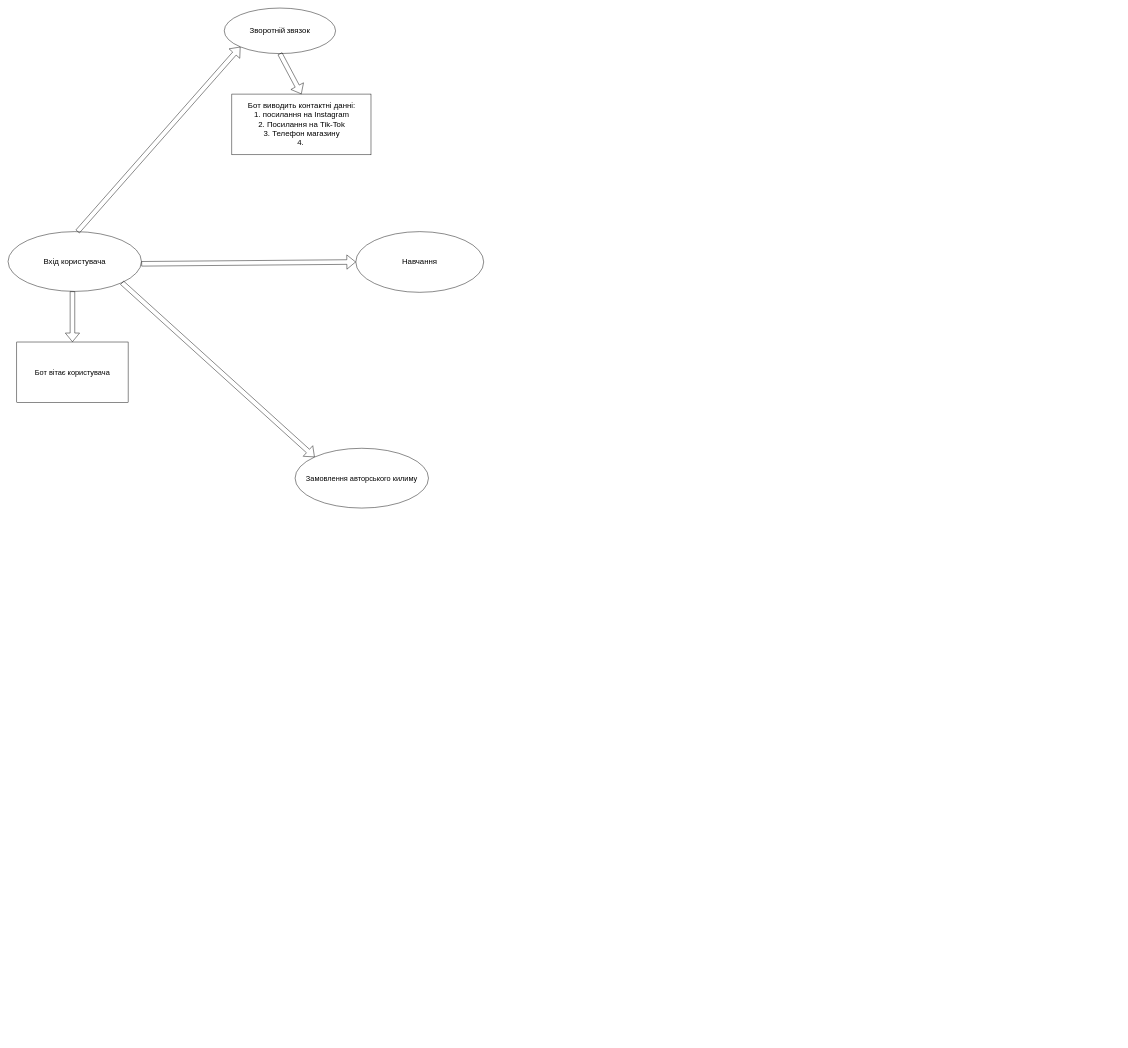
Before: Диаграмма без названия.drawio in 4reedman/project_daigram, a draw.io diagram. Source tidied: cells renumbered, new cells numbered last; positions are measured from the earlier drawing's top-left corner, leaving out a move shared by most shapes. Both pictures are drawn from the tidied source at 46%, with x=0, y=0 at pixel (8, 8).
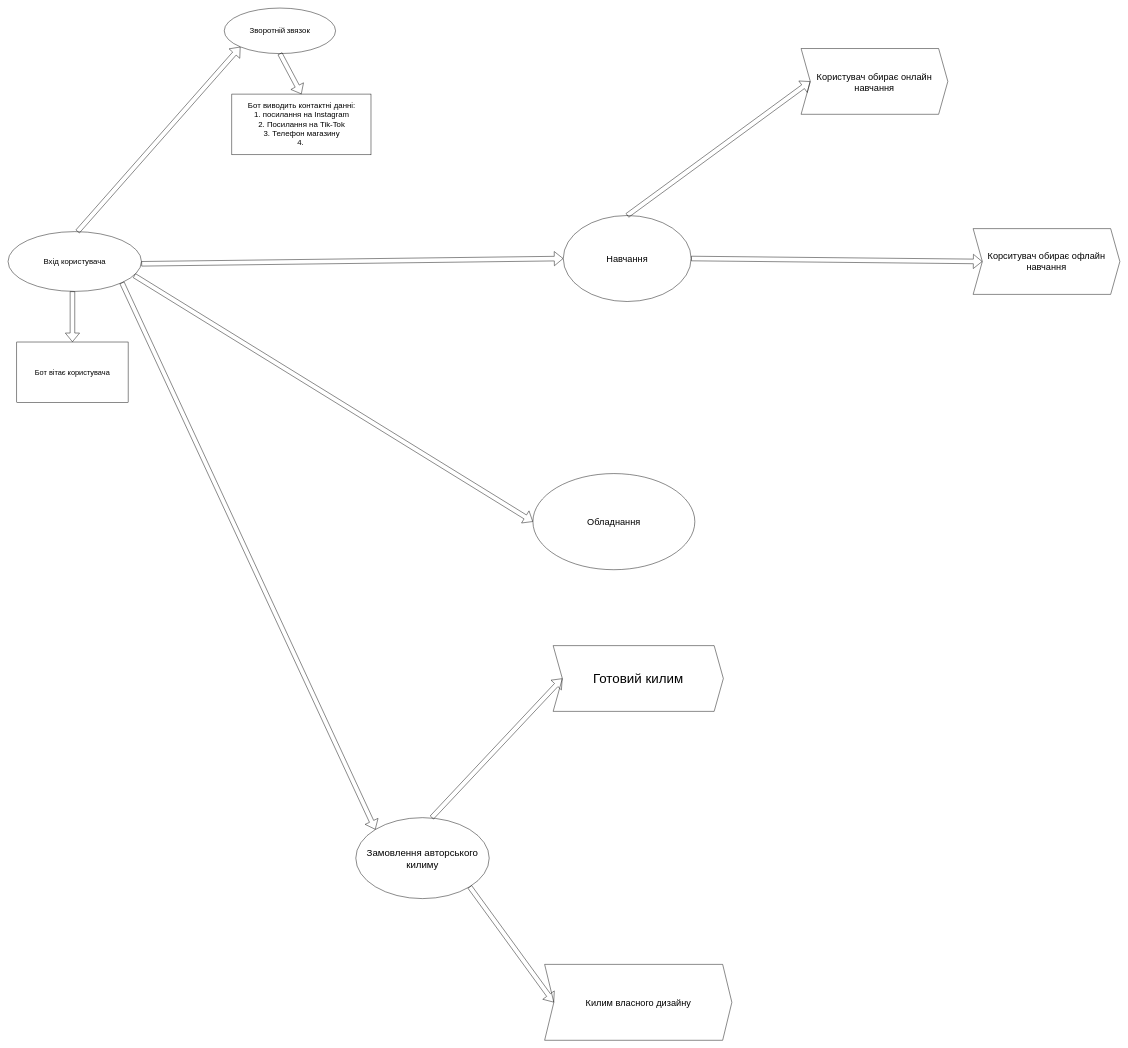
After the change.

Unchanged cells that the change refers to:
```xml
<mxCell id="2" value="&lt;font style=&quot;font-size: 17px;&quot;&gt;Вхід користувача&lt;/font&gt;" style="ellipse;whiteSpace=wrap;html=1;" parent="1" vertex="1">
  <mxGeometry y="486" width="290" height="130" as="geometry" />
</mxCell>
```

Diff of the diagram source:
```diff
@@
-    <mxCell id="3" value="&lt;font style=&quot;font-size: 16px;&quot;&gt;Замовлення авторського килиму&lt;/font&gt;" style="ellipse;whiteSpace=wrap;html=1;" parent="1" vertex="1">
-      <mxGeometry x="624" y="957" width="290" height="130" as="geometry" />
+    <mxCell id="3" value="&lt;font style=&quot;font-size: 21px;&quot;&gt;Замовлення авторського килиму&lt;/font&gt;" style="ellipse;whiteSpace=wrap;html=1;" parent="1" vertex="1">
+      <mxGeometry x="756" y="1760" width="290" height="176" as="geometry" />
     </mxCell>
@@
-    <mxCell id="5" value="&lt;font style=&quot;font-size: 17px;&quot;&gt;Навчання&lt;/font&gt;" style="ellipse;whiteSpace=wrap;html=1;" parent="1" vertex="1">
-      <mxGeometry x="756" y="486" width="278" height="132" as="geometry" />
+    <mxCell id="5" value="&lt;font style=&quot;font-size: 20px;&quot;&gt;Навчання&lt;/font&gt;" style="ellipse;whiteSpace=wrap;html=1;" parent="1" vertex="1">
+      <mxGeometry x="1207" y="451" width="278" height="187" as="geometry" />
     </mxCell>
@@
+    <mxCell id="13" value="&lt;font style=&quot;font-size: 20px;&quot;&gt;Обладнання&lt;/font&gt;" style="ellipse;whiteSpace=wrap;html=1;" parent="1" vertex="1">
+      <mxGeometry x="1141" y="1012" width="352" height="209" as="geometry" />
+    </mxCell>
+    <mxCell id="14" style="shape=flexArrow;endArrow=classic;html=1;rounded=0;exitX=0.946;exitY=0.735;exitDx=0;exitDy=0;exitPerimeter=0;entryX=0;entryY=0.5;entryDx=0;entryDy=0;" parent="1" edge="1" source="2" target="13">
+      <mxGeometry relative="1" as="geometry" />
+    </mxCell>
+    <mxCell id="15" value="&lt;font style=&quot;font-size: 20px;&quot;&gt;Користувач обирає онлайн навчання&lt;/font&gt;" style="shape=step;perimeter=stepPerimeter;whiteSpace=wrap;html=1;fixedSize=1;" parent="1" vertex="1">
+      <mxGeometry x="1724" y="88" width="319" height="143" as="geometry" />
+    </mxCell>
+    <mxCell id="16" style="shape=flexArrow;endArrow=classic;html=1;rounded=0;exitX=0.5;exitY=0;exitDx=0;exitDy=0;entryX=0;entryY=0.5;entryDx=0;entryDy=0;" parent="1" edge="1" source="5" target="15">
+      <mxGeometry relative="1" as="geometry" />
+    </mxCell>
+    <mxCell id="17" value="&lt;span style=&quot;font-size: 20px;&quot;&gt;Корситувач обирає офлайн навчання&lt;/span&gt;" style="shape=step;perimeter=stepPerimeter;whiteSpace=wrap;html=1;fixedSize=1;" parent="1" vertex="1">
+      <mxGeometry x="2098" y="479.5" width="319" height="143" as="geometry" />
+    </mxCell>
+    <mxCell id="18" style="shape=flexArrow;endArrow=classic;html=1;rounded=0;entryX=0;entryY=0.5;entryDx=0;entryDy=0;exitX=1;exitY=0.5;exitDx=0;exitDy=0;" parent="1" edge="1" source="5" target="17">
+      <mxGeometry relative="1" as="geometry" />
+    </mxCell>
+    <mxCell id="19" value="&lt;font style=&quot;font-size: 29px;&quot;&gt;Готовий килим&lt;/font&gt;" style="shape=step;perimeter=stepPerimeter;whiteSpace=wrap;html=1;fixedSize=1;" parent="1" vertex="1">
+      <mxGeometry x="1185" y="1386" width="370" height="143" as="geometry" />
+    </mxCell>
+    <mxCell id="20" style="shape=flexArrow;endArrow=classic;html=1;rounded=0;entryX=0;entryY=0.5;entryDx=0;entryDy=0;" parent="1" edge="1" target="19">
+      <mxGeometry relative="1" as="geometry">
+        <mxPoint x="921" y="1760" as="sourcePoint" />
+      </mxGeometry>
+    </mxCell>
+    <mxCell id="21" value="&lt;font style=&quot;font-size: 20px;&quot;&gt;Килим власного дизайну&lt;/font&gt;" style="shape=step;perimeter=stepPerimeter;whiteSpace=wrap;html=1;fixedSize=1;" parent="1" vertex="1">
+      <mxGeometry x="1166.5" y="2079" width="407" height="165" as="geometry" />
+    </mxCell>
+    <mxCell id="22" style="shape=flexArrow;endArrow=classic;html=1;rounded=0;entryX=0;entryY=0.5;entryDx=0;entryDy=0;exitX=1;exitY=1;exitDx=0;exitDy=0;" parent="1" edge="1" source="3" target="21">
+      <mxGeometry relative="1" as="geometry" />
+    </mxCell>
```
